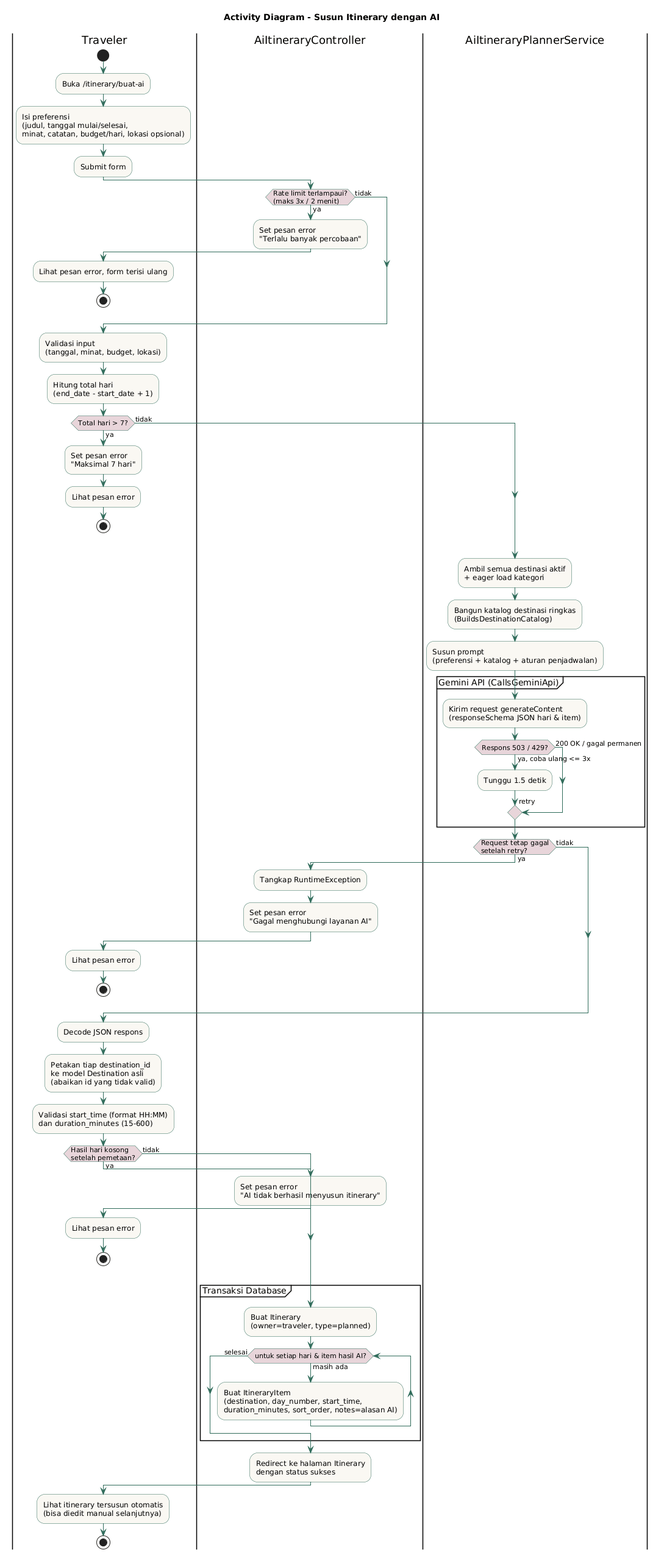
The PlantUML diagram docs/gabungan/uml-plantuml/03-activity-ai-itinerary.png in anugrahhhhh/tripplane-jogja-itenary, before a commit. The source it was exported from:
```plantuml
@startuml
title Activity Diagram - Susun Itinerary dengan AI

skinparam activity {
  BackgroundColor #FAF8F3
  BorderColor #2F6B5A
  ArrowColor #2F6B5A
  DiamondBackgroundColor #E8D5DA
}

|Traveler|
start
:Buka /itinerary/buat-ai;
:Isi preferensi\n(judul, tanggal mulai/selesai,\nminat, catatan, budget/hari, lokasi opsional);
:Submit form;

|AiItineraryController|
if (Rate limit terlampaui?\n(maks 3x / 2 menit)) then (ya)
  :Set pesan error\n"Terlalu banyak percobaan";
  |Traveler|
  :Lihat pesan error, form terisi ulang;
  stop
else (tidak)
endif

:Validasi input\n(tanggal, minat, budget, lokasi);
:Hitung total hari\n(end_date - start_date + 1);

if (Total hari > 7?) then (ya)
  :Set pesan error\n"Maksimal 7 hari";
  |Traveler|
  :Lihat pesan error;
  stop
else (tidak)
endif

|AiItineraryPlannerService|
:Ambil semua destinasi aktif\n+ eager load kategori;
:Bangun katalog destinasi ringkas\n(BuildsDestinationCatalog);
:Susun prompt\n(preferensi + katalog + aturan penjadwalan);

partition "Gemini API (CallsGeminiApi)" {
  :Kirim request generateContent\n(responseSchema JSON hari & item);
  if (Respons 503 / 429?) then (ya, coba ulang <= 3x)
    :Tunggu 1.5 detik;
    -> retry;
  else (200 OK / gagal permanen)
  endif
}

if (Request tetap gagal\nsetelah retry?) then (ya)
  |AiItineraryController|
  :Tangkap RuntimeException;
  :Set pesan error\n"Gagal menghubungi layanan AI";
  |Traveler|
  :Lihat pesan error;
  stop
else (tidak)
endif

:Decode JSON respons;
:Petakan tiap destination_id\nke model Destination asli\n(abaikan id yang tidak valid);
:Validasi start_time (format HH:MM)\ndan duration_minutes (15-600);

if (Hasil hari kosong\nsetelah pemetaan?) then (ya)
  |AiItineraryController|
  :Set pesan error\n"AI tidak berhasil menyusun itinerary";
  |Traveler|
  :Lihat pesan error;
  stop
else (tidak)
endif

|AiItineraryController|
partition "Transaksi Database" {
  :Buat Itinerary\n(owner=traveler, type=planned);
  while (untuk setiap hari & item hasil AI?) is (masih ada)
    :Buat ItineraryItem\n(destination, day_number, start_time,\nduration_minutes, sort_order, notes=alasan AI);
  endwhile (selesai)
}

:Redirect ke halaman Itinerary\ndengan status sukses;

|Traveler|
:Lihat itinerary tersusun otomatis\n(bisa diedit manual selanjutnya);
stop
@enduml
```
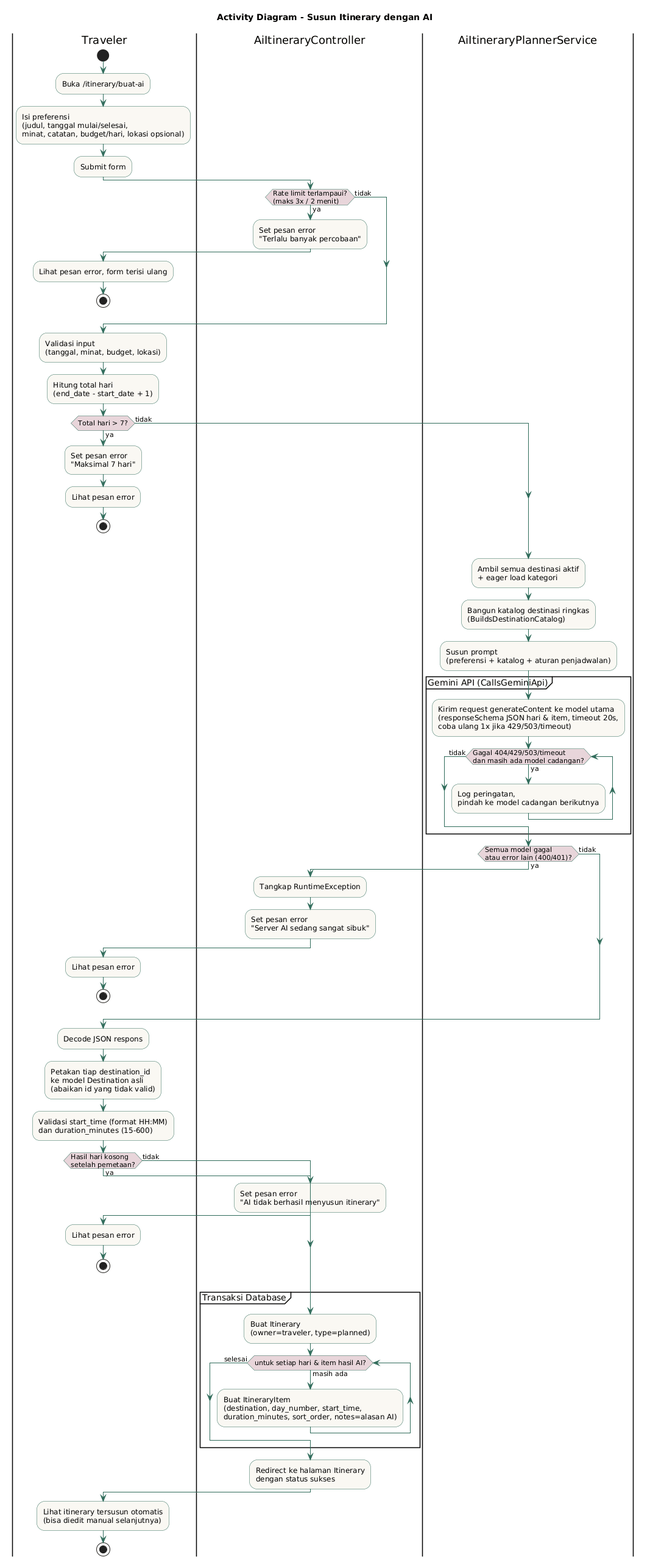
The same diagram one commit later.

What changed in the source:
```diff
@@ -40,18 +40,16 @@
 :Susun prompt\n(preferensi + katalog + aturan penjadwalan);
 
 partition "Gemini API (CallsGeminiApi)" {
-  :Kirim request generateContent\n(responseSchema JSON hari & item);
-  if (Respons 503 / 429?) then (ya, coba ulang <= 3x)
-    :Tunggu 1.5 detik;
-    -> retry;
-  else (200 OK / gagal permanen)
-  endif
+  :Kirim request generateContent ke model utama\n(responseSchema JSON hari & item, timeout 20s,\ncoba ulang 1x jika 429/503/timeout);
+  while (Gagal 404/429/503/timeout\ndan masih ada model cadangan?) is (ya)
+    :Log peringatan,\npindah ke model cadangan berikutnya;
+  endwhile (tidak)
 }
 
-if (Request tetap gagal\nsetelah retry?) then (ya)
+if (Semua model gagal\natau error lain (400/401)?) then (ya)
   |AiItineraryController|
   :Tangkap RuntimeException;
-  :Set pesan error\n"Gagal menghubungi layanan AI";
+  :Set pesan error\n"Server AI sedang sangat sibuk";
   |Traveler|
   :Lihat pesan error;
   stop
```
